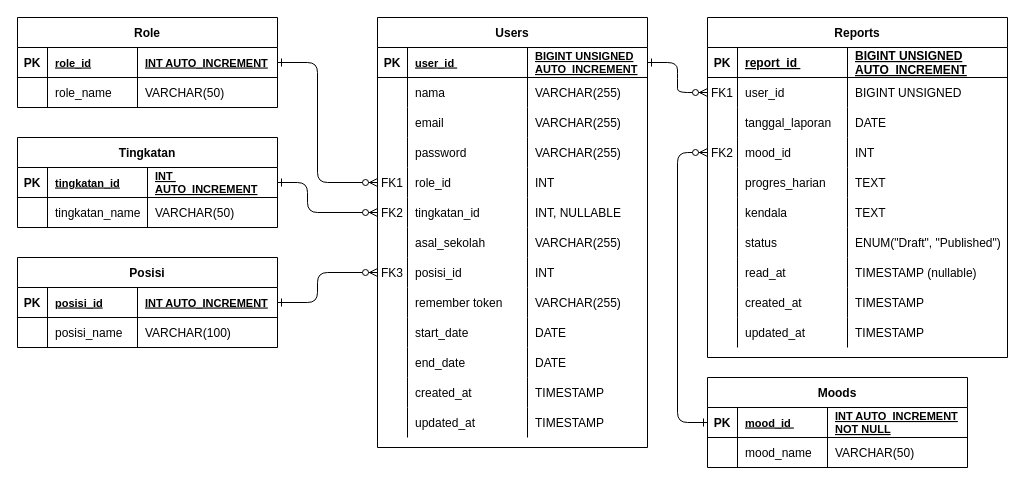
Before: page "Halaman-2" (2 of 2) of ERD_MonitoringMagang.drawio in niflAkuy/MonitoringMagang, a draw.io diagram. Source tidied: cells renumbered, new cells numbered last; positions are measured from the earlier drawing's top-left corner, leaving out a move shared by most shapes. Both pictures are drawn from the tidied source at 100%, with x=0, y=0 at pixel (17, 17).
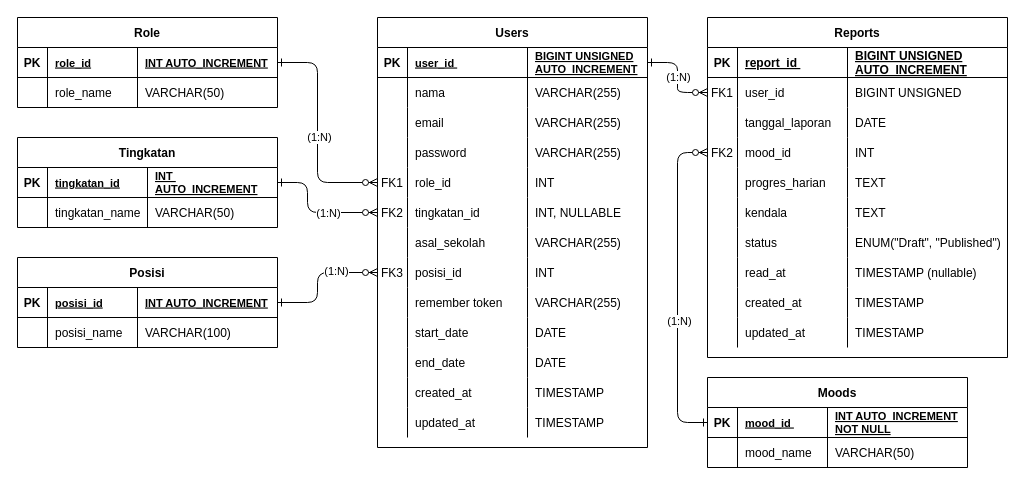
Above is the later version.

Unchanged cells that the change refers to:
```xml
<mxCell id="2" style="edgeStyle=entityRelationEdgeStyle;endArrow=ERzeroToMany;startArrow=ERone;endFill=1;startFill=0;" parent="1" edge="1" source="45" target="8">
  <mxGeometry relative="1" as="geometry" />
</mxCell>
<mxCell id="16" style="shape=partialRectangle;fillColor=none;points=[[0,0.5],[1,0.5]];portConstraint=eastwest;top=0;left=0;right=0;bottom=0;" parent="3" vertex="1">
  <mxGeometry y="120" width="300" height="30" as="geometry" />
</mxCell>
<mxCell id="98" style="shape=partialRectangle;fillColor=none;points=[[0,0.5],[1,0.5]];portConstraint=eastwest;top=0;left=0;right=0;bottom=1;" parent="97" vertex="1">
  <mxGeometry y="30" width="260" height="30" as="geometry" />
</mxCell>
<mxCell id="134" style="edgeStyle=elbowEdgeStyle;endArrow=ERzeroToMany;startArrow=ERone;endFill=1;startFill=0;entryX=0;entryY=0.5;entryDx=0;entryDy=0;exitX=1;exitY=0.5;exitDx=0;exitDy=0;" parent="1" edge="1" source="108" target="61">
  <mxGeometry relative="1" as="geometry">
    <Array as="points">
      <mxPoint x="300" y="170" />
    </Array>
  </mxGeometry>
</mxCell>
<mxCell id="135" style="edgeStyle=elbowEdgeStyle;endArrow=ERzeroToMany;startArrow=ERone;endFill=1;startFill=0;entryX=0;entryY=0.5;entryDx=0;entryDy=0;exitX=1;exitY=0.5;exitDx=0;exitDy=0;" parent="1" edge="1" source="117" target="65">
  <mxGeometry relative="1" as="geometry">
    <Array as="points">
      <mxPoint x="290" y="180" />
    </Array>
  </mxGeometry>
</mxCell>
<mxCell id="136" style="edgeStyle=elbowEdgeStyle;endArrow=ERzeroToMany;startArrow=ERone;endFill=1;startFill=0;entryX=0;entryY=0.5;entryDx=0;entryDy=0;exitX=1;exitY=0.5;exitDx=0;exitDy=0;" parent="1" edge="1" source="126" target="73">
  <mxGeometry relative="1" as="geometry">
    <Array as="points">
      <mxPoint x="300" y="270" />
    </Array>
  </mxGeometry>
</mxCell>
```

The edit, as a diff of the source:
```diff
@@
+    <mxCell id="137" value="(1:N)" style="edgeLabel;html=1;align=center;verticalAlign=middle;" parent="2" vertex="1">
+      <mxGeometry x="-0.02" relative="1" as="geometry" />
+    </mxCell>
@@
-    <mxCell id="106" style="edgeStyle=elbowEdgeStyle;endArrow=ERzeroToMany;startArrow=ERone;endFill=1;startFill=0;entryX=0;entryY=0.5;entryDx=0;entryDy=0;exitX=0;exitY=0.5;exitDx=0;exitDy=0;" parent="1" edge="1" source="98" target="16">
+    <mxCell id="106" style="edgeStyle=elbowEdgeStyle;endArrow=ERzeroToMany;startArrow=ERone;endFill=1;startFill=0;entryX=0;entryY=0.5;entryDx=0;entryDy=0;exitX=0;exitY=0.5;exitDx=0;exitDy=0;elbow=vertical;" parent="1" edge="1" source="98" target="16">
       <mxGeometry relative="1" as="geometry">
         <Array as="points">
           <mxPoint x="660" y="270" />
         </Array>
       </mxGeometry>
     </mxCell>
+    <mxCell id="138" value="(1:N)" style="edgeLabel;html=1;align=center;verticalAlign=middle;" parent="106" vertex="1">
+      <mxGeometry x="-0.2" y="-1" relative="1" as="geometry" />
+    </mxCell>
@@
+    <mxCell id="139" value="(1:N)" style="edgeLabel;html=1;align=center;verticalAlign=middle;" parent="134" vertex="1">
+      <mxGeometry x="0.04" y="1" relative="1" as="geometry" />
+    </mxCell>
@@
+    <mxCell id="140" value="(1:N)" style="edgeLabel;html=1;align=center;verticalAlign=middle;" parent="135" vertex="1">
+      <mxGeometry x="0.06" relative="1" as="geometry">
+        <mxPoint x="11" as="offset" />
+      </mxGeometry>
+    </mxCell>
@@
+    <mxCell id="141" value="(1:N)" style="edgeLabel;html=1;align=center;verticalAlign=middle;" parent="136" vertex="1">
+      <mxGeometry x="0.36" y="2" relative="1" as="geometry" />
+    </mxCell>
```
